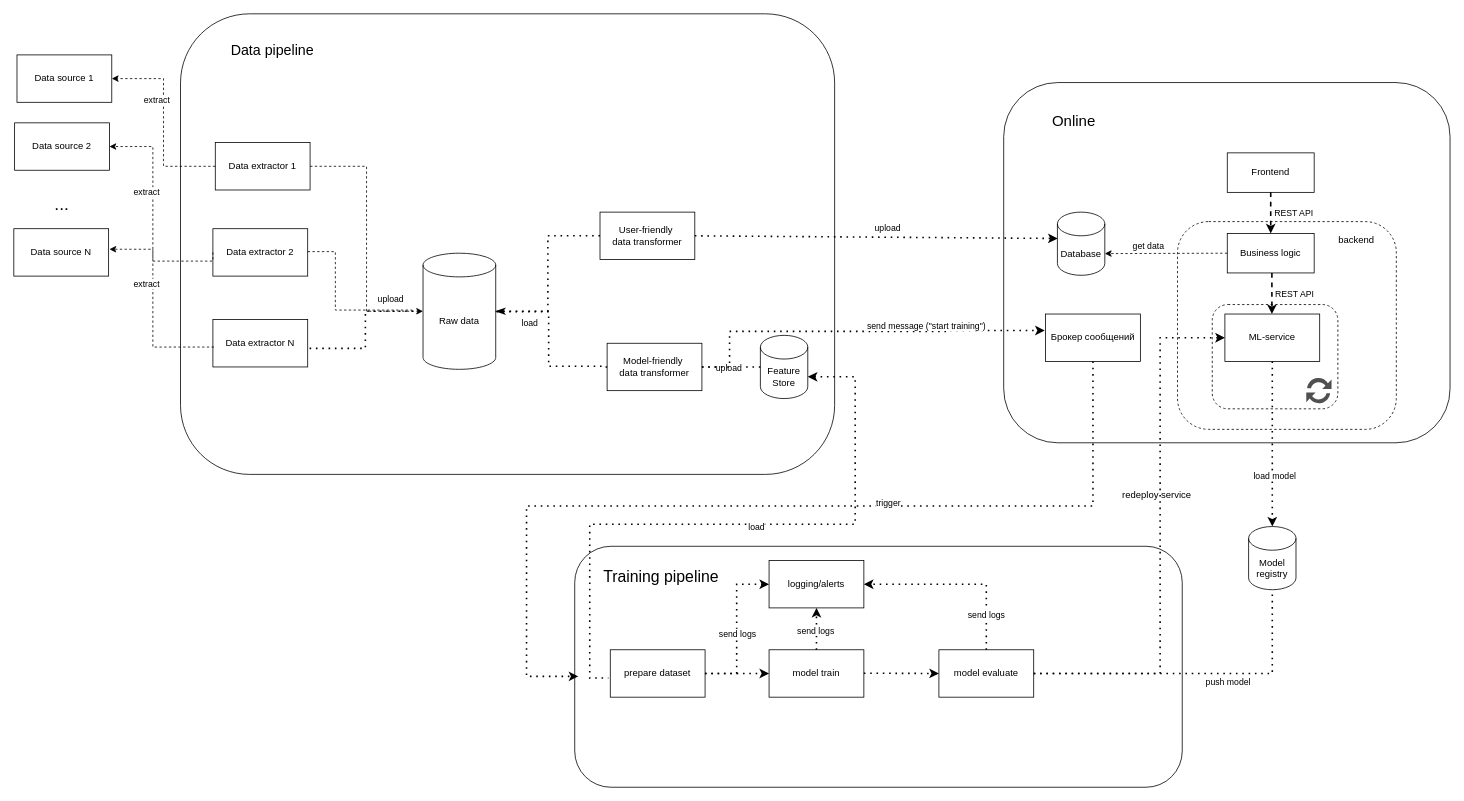
Above: docs/arch_design.drawio in ChornyChay1/DrunkedTrade (draw.io), before the change. Source tidied: cells renumbered, new cells numbered last; positions are measured from the earlier drawing's top-left corner, leaving out a move shared by most shapes. Both pictures are drawn from the tidied source at 79%, with x=0, y=0 at pixel (13, 13).
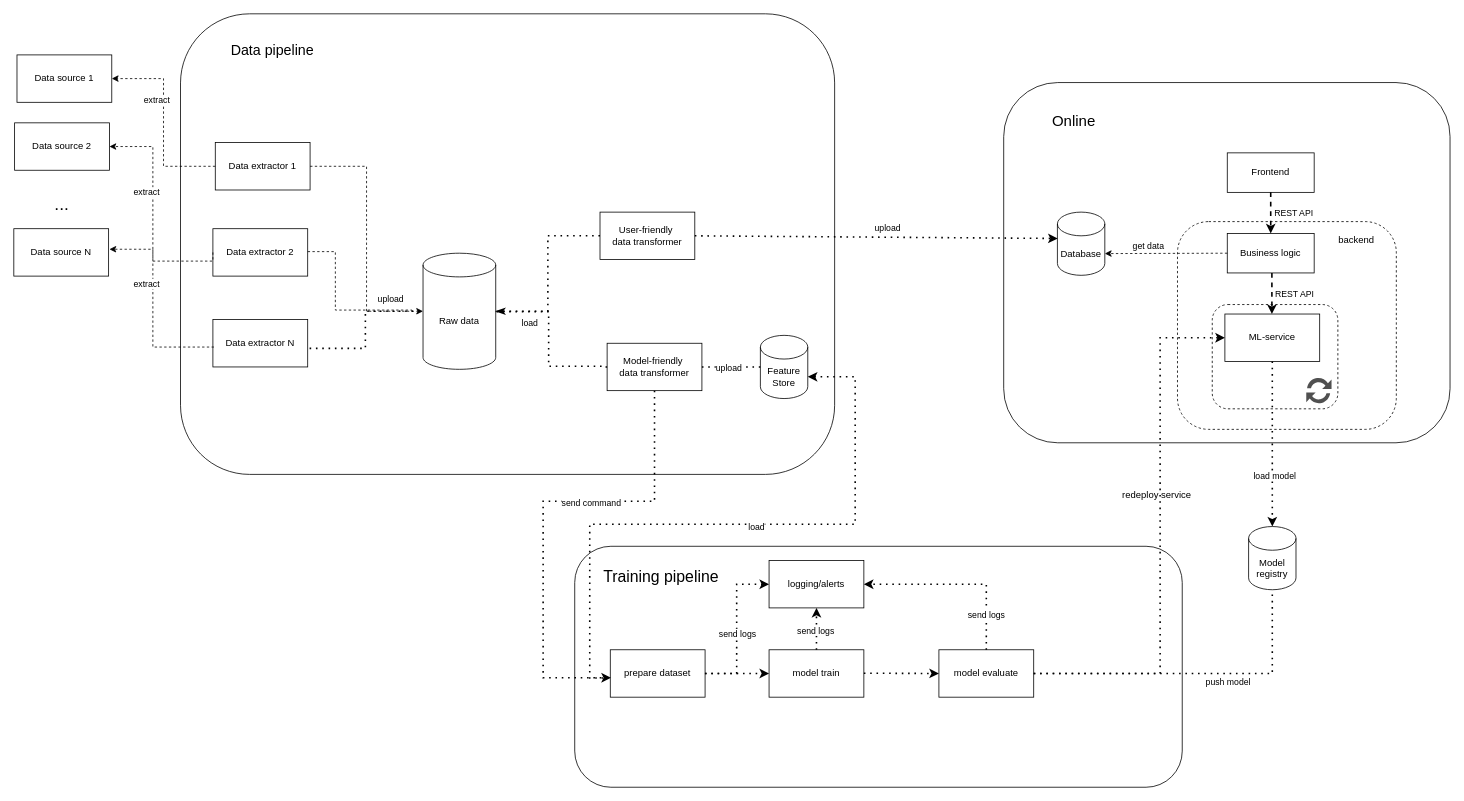
The same page after the edit.

Commit message (it also covers changes not shown here):
Подредактировал схему архитектуры, создал диаграмму компонентов и активностей

The change refers to these unchanged cells:
```xml
<mxCell id="41" value="Model-friendly&amp;nbsp;&lt;div&gt;data transformer&lt;/div&gt;" style="rounded=0;whiteSpace=wrap;html=1;" parent="1" vertex="1">
  <mxGeometry x="751" y="417" width="120" height="60" as="geometry" />
</mxCell>
<mxCell id="48" style="rounded=1;whiteSpace=wrap;html=1;" parent="1" vertex="1">
  <mxGeometry x="710" y="674" width="769" height="305" as="geometry" />
</mxCell>
<mxCell id="57" value="prepare dataset" style="rounded=0;whiteSpace=wrap;html=1;" parent="1" vertex="1">
  <mxGeometry x="755" y="805" width="120" height="60" as="geometry" />
</mxCell>
```

The edit, as a diff of the source:
```diff
@@
-    <mxCell id="17" value="Брокер сообщений" style="rounded=0;whiteSpace=wrap;html=1;" parent="1" vertex="1">
-      <mxGeometry x="1306" y="380" width="120" height="60" as="geometry" />
-    </mxCell>
@@
-    <mxCell id="53" style="endArrow=classic;dashed=1;html=1;dashPattern=1 3;strokeWidth=2;rounded=0;exitX=1;exitY=0.5;exitDx=0;exitDy=0;edgeStyle=orthogonalEdgeStyle;endFill=1;entryX=-0.009;entryY=0.348;entryDx=0;entryDy=0;entryPerimeter=0;" parent="1" edge="1" source="41" target="17">
-      <mxGeometry relative="1" as="geometry">
-        <Array as="points">
-          <mxPoint x="906" y="447" />
-          <mxPoint x="906" y="402" />
-          <mxPoint x="1185" y="402" />
-          <mxPoint x="1185" y="401" />
-        </Array>
-      </mxGeometry>
-    </mxCell>
-    <mxCell id="54" value="send message (&quot;start training&quot;)" style="edgeLabel;html=1;align=center;verticalAlign=middle;" parent="53" vertex="1">
-      <mxGeometry x="0.44" y="4" relative="1" as="geometry">
-        <mxPoint x="-18" y="-4" as="offset" />
-      </mxGeometry>
-    </mxCell>
-    <mxCell id="55" style="endArrow=classic;dashed=1;html=1;dashPattern=1 3;strokeWidth=2;rounded=0;exitX=0.5;exitY=1;exitDx=0;exitDy=0;entryX=0.006;entryY=0.54;entryDx=0;entryDy=0;entryPerimeter=0;edgeStyle=orthogonalEdgeStyle;endFill=1;" parent="1" edge="1" source="17" target="48">
-      <mxGeometry relative="1" as="geometry">
-        <Array as="points">
-          <mxPoint x="1366" y="623" />
-          <mxPoint x="649" y="623" />
-          <mxPoint x="649" y="839" />
-        </Array>
-      </mxGeometry>
-    </mxCell>
-    <mxCell id="56" value="trigger" style="edgeLabel;html=1;align=center;verticalAlign=middle;" parent="55" vertex="1">
-      <mxGeometry x="-0.25" y="-4" relative="1" as="geometry" />
-    </mxCell>
@@
+    <mxCell id="76" style="endArrow=classic;dashed=1;html=1;dashPattern=1 3;strokeWidth=2;rounded=0;exitX=0.5;exitY=1;exitDx=0;exitDy=0;entryX=0.007;entryY=0.59;entryDx=0;entryDy=0;endFill=1;entryPerimeter=0;edgeStyle=orthogonalEdgeStyle;" parent="1" edge="1" source="41" target="57">
+      <mxGeometry relative="1" as="geometry">
+        <Array as="points">
+          <mxPoint x="811" y="617" />
+          <mxPoint x="670" y="617" />
+          <mxPoint x="670" y="840" />
+        </Array>
+      </mxGeometry>
+    </mxCell>
+    <mxCell id="77" value="send command" style="edgeLabel;html=1;align=center;verticalAlign=middle;" parent="76" vertex="1">
+      <mxGeometry x="-0.25" y="1" relative="1" as="geometry" />
+    </mxCell>
```
